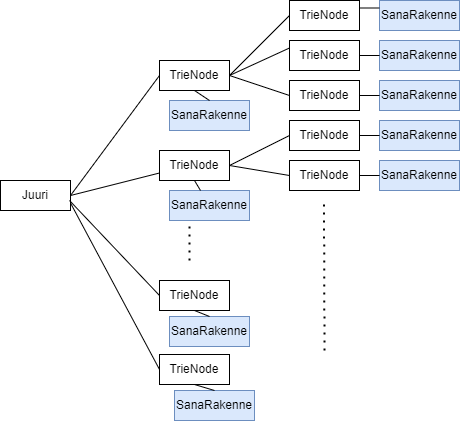
Above: dokumentaatio/kuvat/trie.png in MyVeli/tiralabra (draw.io), before the change. Source tidied: cells renumbered, new cells last; positions are measured from the earlier drawing's top-left corner, leaving out a move shared by most shapes.
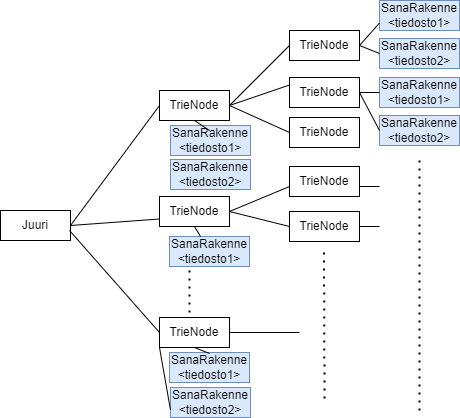
Later version of the same file.

The edit, as a diff of the source:
```diff
@@ -9,20 +9,17 @@
       <mxGeometry x="159" y="60" width="70" height="30" as="geometry" />
     </mxCell>
     <mxCell id="4" value="TrieNode" style="rounded=0;whiteSpace=wrap;html=1;" parent="1" vertex="1">
-      <mxGeometry x="159" y="150" width="70" height="30" as="geometry" />
+      <mxGeometry x="159" y="166" width="70" height="30" as="geometry" />
     </mxCell>
     <mxCell id="5" style="endArrow=none;dashed=1;html=1;dashPattern=1 3;strokeWidth=2;rounded=0;" parent="1" edge="1">
       <mxGeometry relative="1" as="geometry">
-        <mxPoint x="189" y="260" as="sourcePoint" />
-        <mxPoint x="189" y="190" as="targetPoint" />
+        <mxPoint x="189" y="282" as="sourcePoint" />
+        <mxPoint x="189" y="212" as="targetPoint" />
       </mxGeometry>
     </mxCell>
     <mxCell id="6" value="TrieNode" style="rounded=0;whiteSpace=wrap;html=1;" parent="1" vertex="1">
-      <mxGeometry x="159" y="280" width="70" height="30" as="geometry" />
+      <mxGeometry x="159" y="287" width="70" height="30" as="geometry" />
     </mxCell>
-    <mxCell id="7" value="TrieNode" style="rounded=0;whiteSpace=wrap;html=1;" parent="1" vertex="1">
-      <mxGeometry x="159" y="354" width="70" height="30" as="geometry" />
-    </mxCell>
     <mxCell id="8" style="endArrow=none;html=1;rounded=0;entryX=0;entryY=0.5;entryDx=0;entryDy=0;exitX=1;exitY=0.5;exitDx=0;exitDy=0;" parent="1" edge="1" source="2" target="3">
       <mxGeometry relative="1" as="geometry" />
     </mxCell>
@@ -34,11 +31,8 @@
         <mxPoint x="69" y="200" as="sourcePoint" />
       </mxGeometry>
     </mxCell>
-    <mxCell id="11" style="endArrow=none;html=1;rounded=0;entryX=0;entryY=0.5;entryDx=0;entryDy=0;exitX=1;exitY=0.75;exitDx=0;exitDy=0;" parent="1" edge="1" source="2" target="7">
-      <mxGeometry relative="1" as="geometry" />
-    </mxCell>
-    <mxCell id="12" value="SanaRakenne" style="rounded=0;whiteSpace=wrap;html=1;fillColor=#dae8fc;strokeColor=#6c8ebf;" parent="1" vertex="1">
-      <mxGeometry x="169" y="100" width="80" height="30" as="geometry" />
+    <mxCell id="12" value="SanaRakenne&lt;br&gt;&amp;lt;tiedosto1&amp;gt;" style="rounded=0;whiteSpace=wrap;html=1;fillColor=#dae8fc;strokeColor=#6c8ebf;" parent="1" vertex="1">
+      <mxGeometry x="170" y="95" width="80" height="30" as="geometry" />
     </mxCell>
     <mxCell id="13" style="endArrow=none;html=1;rounded=0;entryX=0.5;entryY=1;entryDx=0;entryDy=0;" parent="1" edge="1" target="3">
       <mxGeometry relative="1" as="geometry">
@@ -49,59 +43,55 @@
       <mxGeometry x="289" width="70" height="30" as="geometry" />
     </mxCell>
     <mxCell id="15" value="TrieNode" style="rounded=0;whiteSpace=wrap;html=1;" parent="1" vertex="1">
-      <mxGeometry x="289" y="40" width="70" height="30" as="geometry" />
+      <mxGeometry x="289" y="47" width="70" height="30" as="geometry" />
     </mxCell>
     <mxCell id="16" value="TrieNode" style="rounded=0;whiteSpace=wrap;html=1;" parent="1" vertex="1">
-      <mxGeometry x="289" y="80" width="70" height="30" as="geometry" />
+      <mxGeometry x="289" y="87" width="70" height="30" as="geometry" />
     </mxCell>
     <mxCell id="17" value="TrieNode" style="rounded=0;whiteSpace=wrap;html=1;" parent="1" vertex="1">
-      <mxGeometry x="289" y="120" width="70" height="30" as="geometry" />
+      <mxGeometry x="289" y="136" width="70" height="30" as="geometry" />
     </mxCell>
     <mxCell id="18" value="TrieNode" style="rounded=0;whiteSpace=wrap;html=1;" parent="1" vertex="1">
-      <mxGeometry x="289" y="160" width="70" height="30" as="geometry" />
+      <mxGeometry x="289" y="181" width="70" height="30" as="geometry" />
     </mxCell>
     <mxCell id="19" style="endArrow=none;dashed=1;html=1;dashPattern=1 3;strokeWidth=2;rounded=0;" parent="1" edge="1">
       <mxGeometry relative="1" as="geometry">
-        <mxPoint x="324" y="350" as="sourcePoint" />
-        <mxPoint x="323.5" y="200" as="targetPoint" />
+        <mxPoint x="324" y="368" as="sourcePoint" />
+        <mxPoint x="323.5" y="218" as="targetPoint" />
       </mxGeometry>
     </mxCell>
-    <mxCell id="20" value="SanaRakenne" style="rounded=0;whiteSpace=wrap;html=1;fillColor=#dae8fc;strokeColor=#6c8ebf;" parent="1" vertex="1">
-      <mxGeometry x="379" width="80" height="30" as="geometry" />
+    <mxCell id="20" value="SanaRakenne&lt;br&gt;&amp;lt;tiedosto1&amp;gt;" style="rounded=0;whiteSpace=wrap;html=1;fillColor=#dae8fc;strokeColor=#6c8ebf;" parent="1" vertex="1">
+      <mxGeometry x="379" y="-30" width="80" height="30" as="geometry" />
     </mxCell>
-    <mxCell id="21" value="SanaRakenne" style="rounded=0;whiteSpace=wrap;html=1;fillColor=#dae8fc;strokeColor=#6c8ebf;" parent="1" vertex="1">
-      <mxGeometry x="379" y="40" width="80" height="30" as="geometry" />
+    <mxCell id="21" value="SanaRakenne&lt;br&gt;&amp;lt;tiedosto1&amp;gt;" style="rounded=0;whiteSpace=wrap;html=1;fillColor=#dae8fc;strokeColor=#6c8ebf;" parent="1" vertex="1">
+      <mxGeometry x="379" y="47" width="80" height="30" as="geometry" />
     </mxCell>
-    <mxCell id="22" value="SanaRakenne" style="rounded=0;whiteSpace=wrap;html=1;fillColor=#dae8fc;strokeColor=#6c8ebf;" parent="1" vertex="1">
-      <mxGeometry x="379" y="80" width="80" height="30" as="geometry" />
+    <mxCell id="22" value="SanaRakenne&lt;br&gt;&amp;lt;tiedosto2&amp;gt;" style="rounded=0;whiteSpace=wrap;html=1;fillColor=#dae8fc;strokeColor=#6c8ebf;" parent="1" vertex="1">
+      <mxGeometry x="379" y="85" width="80" height="30" as="geometry" />
     </mxCell>
-    <mxCell id="23" value="SanaRakenne" style="rounded=0;whiteSpace=wrap;html=1;fillColor=#dae8fc;strokeColor=#6c8ebf;" parent="1" vertex="1">
-      <mxGeometry x="379" y="120" width="80" height="30" as="geometry" />
-    </mxCell>
-    <mxCell id="24" value="SanaRakenne" style="rounded=0;whiteSpace=wrap;html=1;fillColor=#dae8fc;strokeColor=#6c8ebf;" parent="1" vertex="1">
-      <mxGeometry x="379" y="160" width="80" height="30" as="geometry" />
-    </mxCell>
-    <mxCell id="25" value="SanaRakenne" style="rounded=0;whiteSpace=wrap;html=1;fillColor=#dae8fc;strokeColor=#6c8ebf;" parent="1" vertex="1">
-      <mxGeometry x="169" y="190" width="80" height="30" as="geometry" />
+    <mxCell id="25" value="SanaRakenne&lt;br&gt;&amp;lt;tiedosto1&amp;gt;" style="rounded=0;whiteSpace=wrap;html=1;fillColor=#dae8fc;strokeColor=#6c8ebf;" parent="1" vertex="1">
+      <mxGeometry x="169" y="206" width="80" height="30" as="geometry" />
     </mxCell>
-    <mxCell id="26" value="SanaRakenne" style="rounded=0;whiteSpace=wrap;html=1;fillColor=#dae8fc;strokeColor=#6c8ebf;" parent="1" vertex="1">
-      <mxGeometry x="169" y="316" width="80" height="30" as="geometry" />
+    <mxCell id="26" value="SanaRakenne&lt;br&gt;&amp;lt;tiedosto1&amp;gt;" style="rounded=0;whiteSpace=wrap;html=1;fillColor=#dae8fc;strokeColor=#6c8ebf;" parent="1" vertex="1">
+      <mxGeometry x="169" y="322" width="80" height="30" as="geometry" />
     </mxCell>
-    <mxCell id="27" value="SanaRakenne" style="rounded=0;whiteSpace=wrap;html=1;fillColor=#dae8fc;strokeColor=#6c8ebf;" parent="1" vertex="1">
-      <mxGeometry x="174" y="390" width="80" height="30" as="geometry" />
+    <mxCell id="27" value="SanaRakenne&lt;br&gt;&amp;lt;tiedosto2&amp;gt;" style="rounded=0;whiteSpace=wrap;html=1;fillColor=#dae8fc;strokeColor=#6c8ebf;" parent="1" vertex="1">
+      <mxGeometry x="170" y="357" width="80" height="30" as="geometry" />
     </mxCell>
     <mxCell id="28" style="endArrow=none;html=1;rounded=0;exitX=0.5;exitY=1;exitDx=0;exitDy=0;" parent="1" edge="1" source="4" target="25">
       <mxGeometry relative="1" as="geometry" />
     </mxCell>
     <mxCell id="29" style="endArrow=none;html=1;rounded=0;entryX=0.75;entryY=1;entryDx=0;entryDy=0;" parent="1" edge="1" target="6">
       <mxGeometry relative="1" as="geometry">
-        <mxPoint x="212" y="310" as="sourcePoint" />
+        <mxPoint x="212" y="317" as="sourcePoint" />
       </mxGeometry>
     </mxCell>
-    <mxCell id="30" style="endArrow=none;html=1;rounded=0;entryX=0.5;entryY=0;entryDx=0;entryDy=0;exitX=0.5;exitY=1;exitDx=0;exitDy=0;" parent="1" edge="1" source="6" target="26">
-      <mxGeometry relative="1" as="geometry" />
+    <mxCell id="30" style="endArrow=none;html=1;rounded=0;entryX=0.5;entryY=0;entryDx=0;entryDy=0;exitX=0.5;exitY=1;exitDx=0;exitDy=0;" parent="1" edge="1" source="6">
+      <mxGeometry relative="1" as="geometry">
+        <mxPoint x="209" y="323" as="targetPoint" />
+      </mxGeometry>
     </mxCell>
-    <mxCell id="31" style="endArrow=none;html=1;rounded=0;entryX=0.5;entryY=1;entryDx=0;entryDy=0;exitX=0.5;exitY=0;exitDx=0;exitDy=0;" parent="1" edge="1" source="27" target="7">
+    <mxCell id="31" style="endArrow=none;html=1;rounded=0;entryX=0;entryY=1;entryDx=0;entryDy=0;exitX=0;exitY=0.75;exitDx=0;exitDy=0;" parent="1" edge="1" source="27" target="6">
       <mxGeometry relative="1" as="geometry" />
     </mxCell>
     <mxCell id="32" style="endArrow=none;html=1;rounded=0;entryX=1;entryY=0.5;entryDx=0;entryDy=0;exitX=0;exitY=0.5;exitDx=0;exitDy=0;" parent="1" edge="1" source="14" target="3">
@@ -113,26 +103,55 @@
     <mxCell id="34" style="endArrow=none;html=1;rounded=0;entryX=1;entryY=0.5;entryDx=0;entryDy=0;exitX=0;exitY=0.5;exitDx=0;exitDy=0;" parent="1" edge="1" source="16" target="3">
       <mxGeometry relative="1" as="geometry" />
     </mxCell>
-    <mxCell id="35" style="endArrow=none;html=1;rounded=0;entryX=1;entryY=0.5;entryDx=0;entryDy=0;exitX=0;exitY=0.5;exitDx=0;exitDy=0;" parent="1" edge="1" source="17" target="4">
-      <mxGeometry relative="1" as="geometry" />
+    <mxCell id="35" style="endArrow=none;html=1;rounded=0;entryX=1;entryY=0.5;entryDx=0;entryDy=0;exitX=0;exitY=0.5;exitDx=0;exitDy=0;" parent="1" edge="1" target="4">
+      <mxGeometry relative="1" as="geometry">
+        <mxPoint x="289" y="156" as="sourcePoint" />
+      </mxGeometry>
     </mxCell>
     <mxCell id="36" style="endArrow=none;html=1;rounded=0;entryX=1;entryY=0.5;entryDx=0;entryDy=0;exitX=0;exitY=0.5;exitDx=0;exitDy=0;" parent="1" edge="1" source="18" target="4">
       <mxGeometry relative="1" as="geometry" />
     </mxCell>
-    <mxCell id="37" style="endArrow=none;html=1;rounded=0;entryX=0;entryY=0.25;entryDx=0;entryDy=0;exitX=1;exitY=0.25;exitDx=0;exitDy=0;" parent="1" edge="1" source="14" target="20">
-      <mxGeometry relative="1" as="geometry" />
+    <mxCell id="37" style="endArrow=none;html=1;rounded=0;entryX=0;entryY=0.75;entryDx=0;entryDy=0;" parent="1" edge="1" target="20">
+      <mxGeometry relative="1" as="geometry">
+        <mxPoint x="359" y="15" as="sourcePoint" />
+      </mxGeometry>
     </mxCell>
     <mxCell id="38" style="endArrow=none;html=1;rounded=0;entryX=0;entryY=0.5;entryDx=0;entryDy=0;exitX=1;exitY=0.5;exitDx=0;exitDy=0;" parent="1" edge="1" source="15" target="21">
       <mxGeometry relative="1" as="geometry" />
     </mxCell>
-    <mxCell id="39" style="endArrow=none;html=1;rounded=0;entryX=0;entryY=0.5;entryDx=0;entryDy=0;exitX=1;exitY=0.5;exitDx=0;exitDy=0;" parent="1" edge="1" source="16" target="22">
+    <mxCell id="39" style="endArrow=none;html=1;rounded=0;entryX=0;entryY=0.5;entryDx=0;entryDy=0;exitX=1;exitY=0.5;exitDx=0;exitDy=0;" parent="1" edge="1" source="15" target="22">
       <mxGeometry relative="1" as="geometry" />
     </mxCell>
-    <mxCell id="40" style="endArrow=none;html=1;rounded=0;entryX=0;entryY=0.5;entryDx=0;entryDy=0;exitX=1;exitY=0.5;exitDx=0;exitDy=0;" parent="1" edge="1" source="17" target="23">
-      <mxGeometry relative="1" as="geometry" />
+    <mxCell id="40" style="endArrow=none;html=1;rounded=0;entryX=0;entryY=0.5;entryDx=0;entryDy=0;exitX=1;exitY=0.5;exitDx=0;exitDy=0;" parent="1" edge="1">
+      <mxGeometry relative="1" as="geometry">
+        <mxPoint x="359" y="156" as="sourcePoint" />
+        <mxPoint x="379" y="156" as="targetPoint" />
+      </mxGeometry>
     </mxCell>
-    <mxCell id="41" style="endArrow=none;html=1;rounded=0;entryX=0;entryY=0.5;entryDx=0;entryDy=0;exitX=1;exitY=0.5;exitDx=0;exitDy=0;" parent="1" edge="1" source="18" target="24">
-      <mxGeometry relative="1" as="geometry" />
+    <mxCell id="41" style="endArrow=none;html=1;rounded=0;entryX=0;entryY=0.5;entryDx=0;entryDy=0;exitX=1;exitY=0.5;exitDx=0;exitDy=0;" parent="1" edge="1" source="18">
+      <mxGeometry relative="1" as="geometry">
+        <mxPoint x="379" y="196" as="targetPoint" />
+      </mxGeometry>
     </mxCell>
+    <mxCell id="42" value="SanaRakenne&lt;br&gt;&amp;lt;tiedosto2&amp;gt;" style="rounded=0;whiteSpace=wrap;html=1;fillColor=#dae8fc;strokeColor=#6c8ebf;" parent="1" vertex="1">
+      <mxGeometry x="379" y="8" width="80" height="30" as="geometry" />
+    </mxCell>
+    <mxCell id="43" style="endArrow=none;html=1;rounded=0;entryX=0;entryY=0.5;entryDx=0;entryDy=0;exitX=1;exitY=0.5;exitDx=0;exitDy=0;" parent="1" edge="1" source="14" target="42">
+      <mxGeometry relative="1" as="geometry" />
+    </mxCell>
+    <mxCell id="44" style="endArrow=none;dashed=1;html=1;dashPattern=1 3;strokeWidth=2;rounded=0;" parent="1" edge="1">
+      <mxGeometry relative="1" as="geometry">
+        <mxPoint x="419" y="380" as="sourcePoint" />
+        <mxPoint x="419" y="130" as="targetPoint" />
+      </mxGeometry>
+    </mxCell>
+    <mxCell id="45" value="SanaRakenne&lt;br&gt;&amp;lt;tiedosto2&amp;gt;" style="rounded=0;whiteSpace=wrap;html=1;fillColor=#dae8fc;strokeColor=#6c8ebf;" parent="1" vertex="1">
+      <mxGeometry x="170" y="129" width="80" height="30" as="geometry" />
+    </mxCell>
+    <mxCell id="46" style="endArrow=none;html=1;rounded=0;exitX=1;exitY=0.5;exitDx=0;exitDy=0;" parent="1" edge="1" source="6">
+      <mxGeometry relative="1" as="geometry">
+        <mxPoint x="299" y="302" as="targetPoint" />
+      </mxGeometry>
+    </mxCell>
   </root>
 </mxGraphModel>
```
